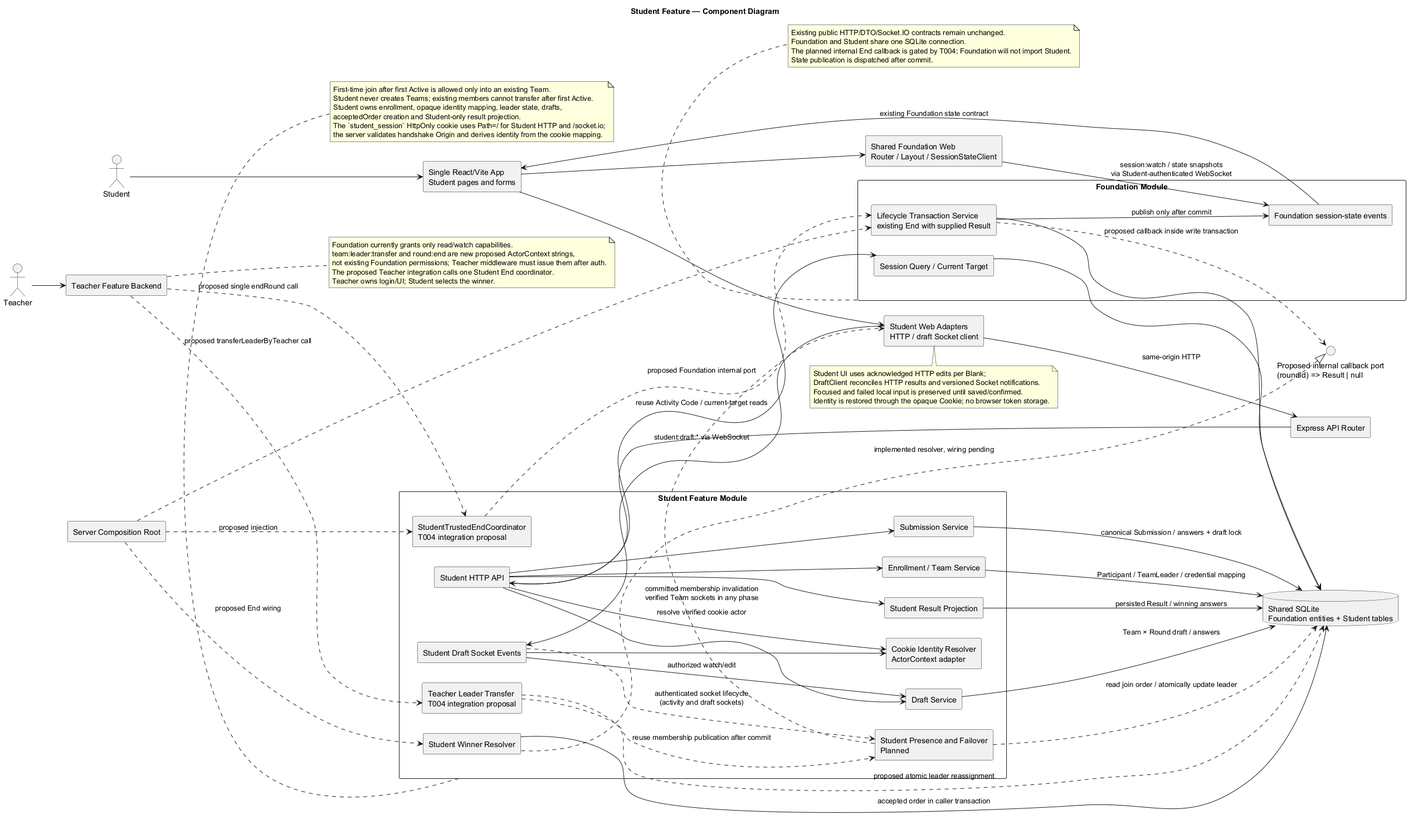
This is diagrams/002-student-feature-component.png from yuyu-lcoavte/quiz-system, a PlantUML export, as it was before one commit. Source of this version:
```plantuml
@startuml
title Student Feature — Component Diagram
left to right direction
skinparam componentStyle rectangle

actor Student
actor Teacher

component "Single React/Vite App\nStudent pages and forms" as Web
component "Student Web Adapters\nHTTP / draft Socket client" as StudentClient
component "Shared Foundation Web\nRouter / Layout / SessionStateClient" as FoundationWeb

component "Express API Router" as Api
component "Student Feature Module" as StudentModule {
  component "Student HTTP API" as StudentApi
  component "Cookie Identity Resolver\nActorContext adapter" as Identity
  component "Enrollment / Team Service" as TeamService
  component "Draft Service" as DraftService
  component "Submission Service" as SubmissionService
  component "Student Winner Resolver" as WinnerService
  component "Student Result Projection" as ResultProjection
  component "Teacher Leader Transfer\nT004 integration proposal" as LeaderTransfer
  component "StudentTrustedEndCoordinator\nT004 integration proposal" as EndCoordinator
  component "Student Draft Socket Events" as DraftSocket
  component "Student Presence and Failover\nPlanned" as Presence
}
component "Foundation Module" as Foundation {
  component "Session Query / Current Target" as ReadService
  component "Lifecycle Transaction Service\nexisting End with supplied Result" as Lifecycle
  component "Foundation session-state events" as StateEvents
}
component "Teacher Feature Backend" as TeacherModule
component "Server Composition Root" as Composition
interface "Proposed internal callback port\n(roundId) => Result | null" as WinnerPort
database "Shared SQLite\nFoundation entities + Student tables" as DB

Student --> Web
Teacher --> TeacherModule
Web --> FoundationWeb
Web --> StudentClient
StudentClient --> Api : same-origin HTTP
StudentClient --> DraftSocket : student:draft:* via WebSocket
FoundationWeb --> StateEvents : session:watch / state snapshots\nvia Student-authenticated WebSocket
Api --> StudentApi
StudentApi --> Identity : resolve verified cookie actor
StudentApi --> TeamService
StudentApi --> DraftService
StudentApi --> SubmissionService
StudentApi --> ResultProjection
StudentApi --> ReadService : reuse Activity Code / current-target reads
DraftSocket --> Identity
DraftSocket --> DraftService : authorized watch/edit
DraftSocket ..> Presence : authenticated socket lifecycle\n(activity and draft sockets)
Presence ..> DB : read join order / atomically update leader
Presence ..> StudentClient : committed membership invalidation\nverified Team sockets in any phase
LeaderTransfer ..> Presence : reuse membership publication after commit
TeamService --> DB : Participant / TeamLeader / credential mapping
DraftService --> DB : Team × Round draft / answers
SubmissionService --> DB : canonical Submission / answers + draft lock
WinnerService --> DB : accepted order in caller transaction
ResultProjection --> DB : persisted Result / winning answers
ReadService --> DB
Lifecycle --> DB
TeacherModule ..> LeaderTransfer : proposed transferLeaderByTeacher call
LeaderTransfer ..> DB : proposed atomic leader reassignment
TeacherModule ..> EndCoordinator : proposed single endRound call
EndCoordinator ..> Lifecycle : proposed Foundation internal port
Lifecycle ..> WinnerPort : proposed callback inside write transaction
WinnerService ..|> WinnerPort : implemented resolver, wiring pending
Lifecycle --> StateEvents : publish only after commit
StateEvents --> Web : existing Foundation state contract
Composition ..> EndCoordinator : proposed injection
Composition ..> Lifecycle
Composition ..> WinnerService : proposed End wiring

note bottom of StudentModule
First-time join after first Active is allowed only into an existing Team.
Student never creates Teams; existing members cannot transfer after first Active.
Student owns enrollment, opaque identity mapping, leader state, drafts,
acceptedOrder creation and Student-only result projection.
The `student_session` HttpOnly cookie uses Path=/ for Student HTTP and /socket.io;
the server validates handshake Origin and derives identity from the cookie mapping.
end note

note bottom of StudentClient
Student UI uses acknowledged HTTP edits per Blank;
DraftClient reconciles HTTP results and versioned Socket notifications.
Focused and failed local input is preserved until saved/confirmed.
Identity is restored through the opaque Cookie; no browser token storage.
end note

note bottom of Foundation
Existing public HTTP/DTO/Socket.IO contracts remain unchanged.
Foundation and Student share one SQLite connection.
The planned internal End callback is gated by T004; Foundation will not import Student.
State publication is dispatched after commit.
end note

note right of TeacherModule
Foundation currently grants only read/watch capabilities.
team:leader:transfer and round:end are new proposed ActorContext strings,
not existing Foundation permissions; Teacher middleware must issue them after auth.
The proposed Teacher integration calls one Student End coordinator.
Teacher owns login/UI; Student selects the winner.
end note
@enduml
```
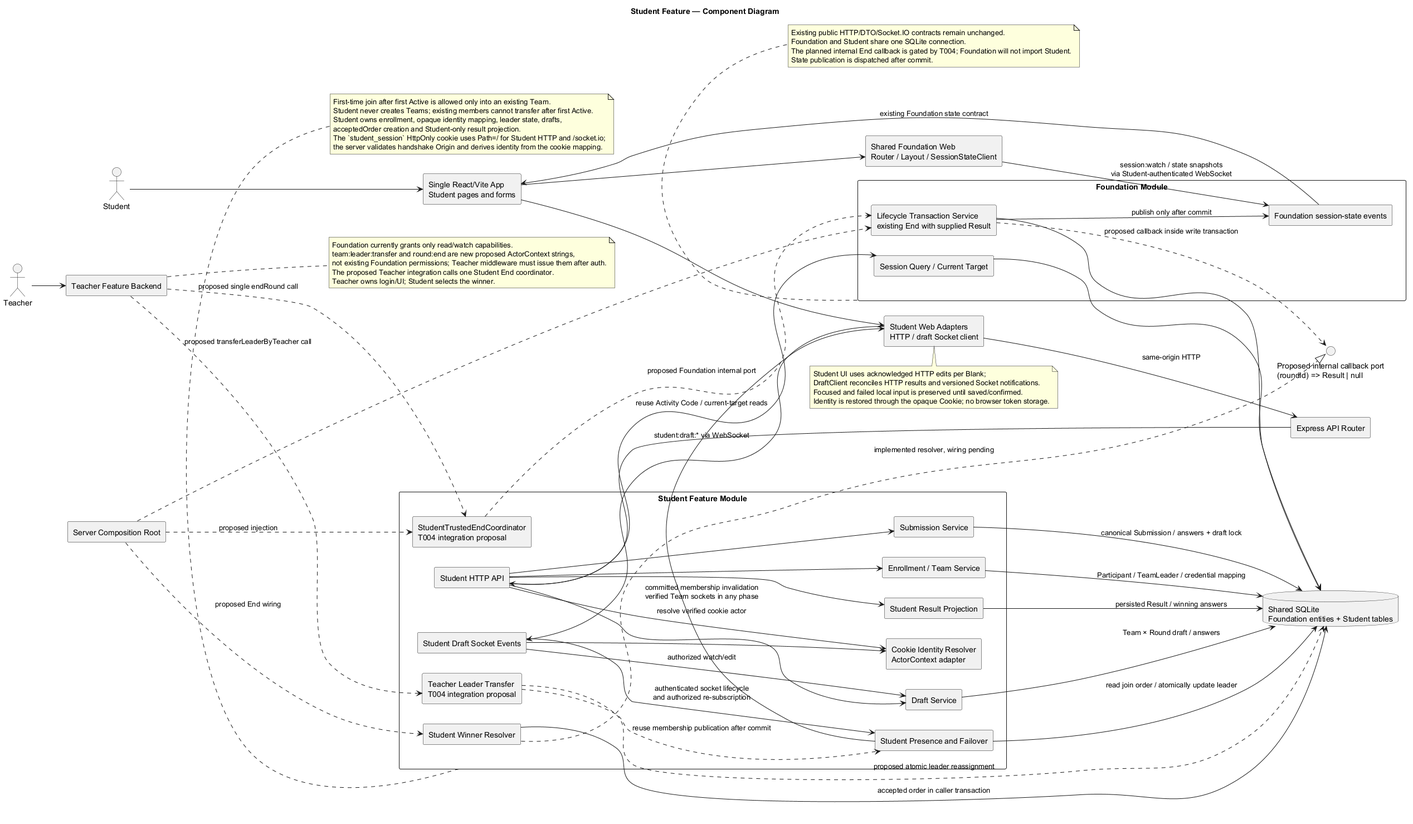
The same diagram one commit later.

What changed in the source:
```diff
@@ -22,7 +22,7 @@
   component "Teacher Leader Transfer\nT004 integration proposal" as LeaderTransfer
   component "StudentTrustedEndCoordinator\nT004 integration proposal" as EndCoordinator
   component "Student Draft Socket Events" as DraftSocket
-  component "Student Presence and Failover\nPlanned" as Presence
+  component "Student Presence and Failover" as Presence
 }
 component "Foundation Module" as Foundation {
   component "Session Query / Current Target" as ReadService
@@ -50,9 +50,9 @@
 StudentApi --> ReadService : reuse Activity Code / current-target reads
 DraftSocket --> Identity
 DraftSocket --> DraftService : authorized watch/edit
-DraftSocket ..> Presence : authenticated socket lifecycle\n(activity and draft sockets)
-Presence ..> DB : read join order / atomically update leader
-Presence ..> StudentClient : committed membership invalidation\nverified Team sockets in any phase
+DraftSocket --> Presence : authenticated socket lifecycle\nand authorized re-subscription
+Presence --> DB : read join order / atomically update leader
+Presence --> StudentClient : committed membership invalidation\nverified Team sockets in any phase
 LeaderTransfer ..> Presence : reuse membership publication after commit
 TeamService --> DB : Participant / TeamLeader / credential mapping
 DraftService --> DB : Team × Round draft / answers
```
